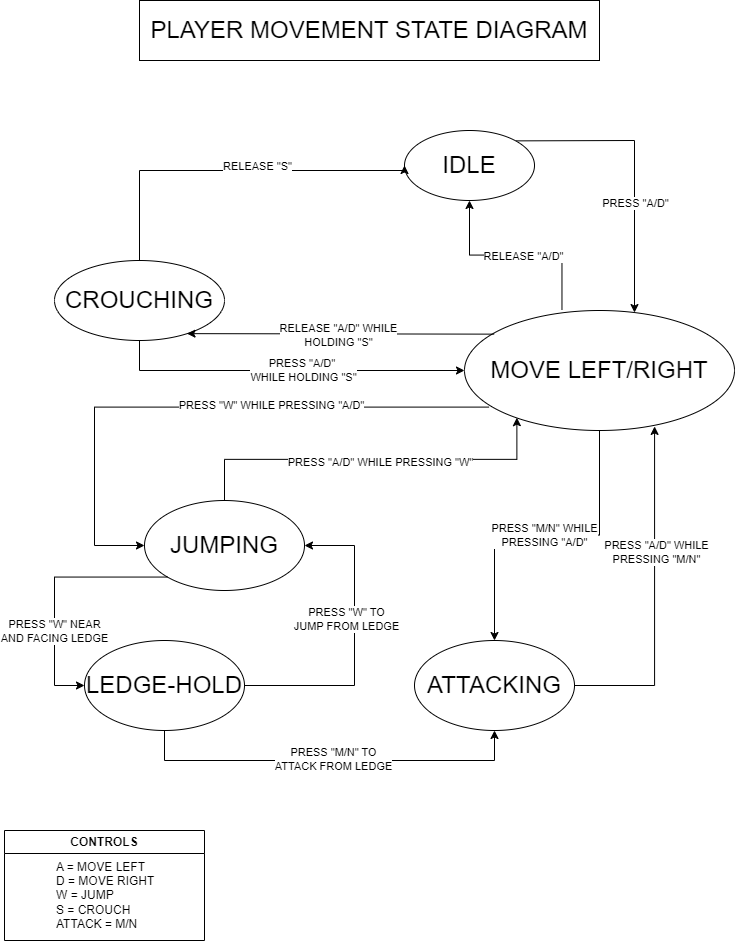
cpriddy21/NinjaGaiden keeps this draw.io diagram as StateDiagram.drawio.png. Above is the earlier version. Source tidied: cells renumbered, new cells last; positions are measured from the earlier drawing's top-left corner, leaving out a move shared by most shapes.
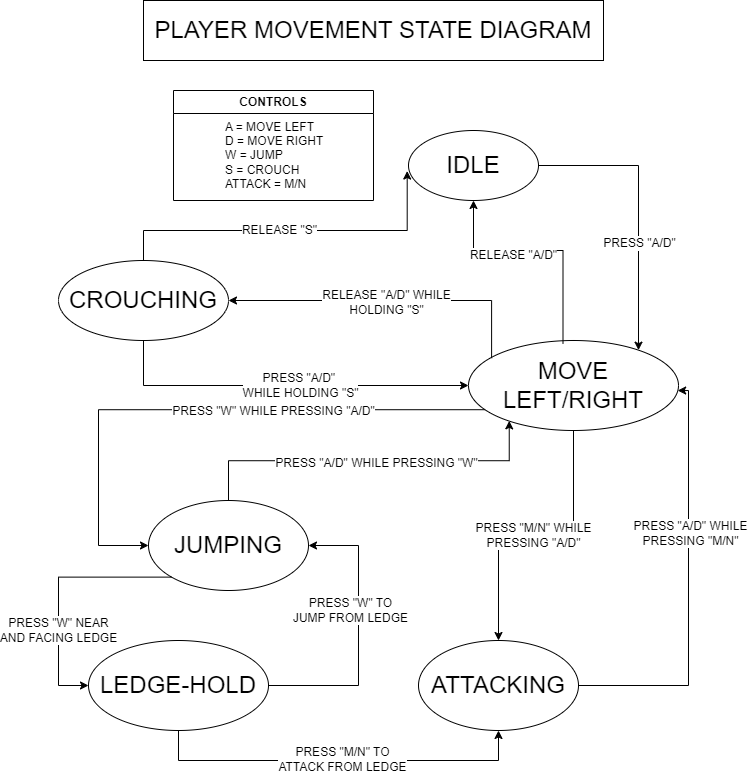
After the commit.

Diff of the diagram source:
```diff
@@ -2,27 +2,29 @@
   <root>
     <mxCell id="0" />
     <mxCell id="1" parent="0" />
-    <mxCell id="2" style="rounded=0;jettySize=auto;html=1;exitX=0.091;exitY=0.805;exitDx=0;exitDy=0;entryX=0;entryY=0.5;entryDx=0;entryDy=0;edgeStyle=elbowEdgeStyle;elbow=vertical;exitPerimeter=0;" parent="1" edge="1" source="4" target="14">
+    <mxCell id="2" style="rounded=0;jettySize=auto;html=1;exitX=0.101;exitY=0.769;exitDx=0;exitDy=0;entryX=0;entryY=0.5;entryDx=0;entryDy=0;edgeStyle=elbowEdgeStyle;elbow=vertical;exitPerimeter=0;" parent="1" edge="1" source="4" target="14">
       <mxGeometry relative="1" as="geometry">
         <Array as="points">
           <mxPoint x="90" y="470" />
         </Array>
       </mxGeometry>
     </mxCell>
-    <mxCell id="3" value="PRESS &quot;W&quot; WHILE PRESSING &quot;A/D&quot;" style="edgeLabel;html=1;align=center;verticalAlign=middle;" parent="2" vertex="1">
-      <mxGeometry x="-0.25" y="-2" relative="1" as="geometry" />
+    <mxCell id="3" value="&lt;font style=&quot;font-size: 12px;&quot;&gt;PRESS &quot;W&quot; WHILE PRESSING &quot;A/D&quot;&lt;/font&gt;" style="edgeLabel;html=1;align=center;verticalAlign=middle;" parent="2" vertex="1">
+      <mxGeometry x="-0.25" y="-2" relative="1" as="geometry">
+        <mxPoint y="3" as="offset" />
+      </mxGeometry>
     </mxCell>
     <mxCell id="4" value="&lt;span style=&quot;font-size: 24px;&quot;&gt;MOVE LEFT/RIGHT&lt;br&gt;&lt;/span&gt;" style="ellipse;whiteSpace=wrap;html=1;points=[[0,0,0,0,0],[0,0.5,0,0,0],[0,1,0,0,0],[0.5,0,0,0,0],[0.5,1,0,0,0],[1,0,0,0,0],[1,0.5,0,0,0],[1,1,0,0,0]];" parent="1" vertex="1">
-      <mxGeometry x="460" y="310" width="270" height="120" as="geometry" />
+      <mxGeometry x="460" y="340" width="210" height="90" as="geometry" />
     </mxCell>
-    <mxCell id="5" style="rounded=0;jettySize=auto;html=1;exitX=1;exitY=0;exitDx=0;exitDy=0;edgeStyle=elbowEdgeStyle;elbow=vertical;" parent="1" edge="1" source="7" target="4">
+    <mxCell id="5" style="rounded=0;jettySize=auto;html=1;exitX=1;exitY=0.5;exitDx=0;exitDy=0;edgeStyle=elbowEdgeStyle;elbow=vertical;" parent="1" edge="1" source="7" target="4">
       <mxGeometry relative="1" as="geometry">
         <Array as="points">
-          <mxPoint x="630" y="140" />
+          <mxPoint x="630" y="165" />
         </Array>
       </mxGeometry>
     </mxCell>
-    <mxCell id="6" value="PRESS &quot;A/D&quot;" style="edgeLabel;html=1;align=center;verticalAlign=middle;" parent="5" vertex="1">
+    <mxCell id="6" value="&lt;font style=&quot;font-size: 12px;&quot;&gt;PRESS &quot;A/D&quot;&lt;/font&gt;" style="edgeLabel;html=1;align=center;verticalAlign=middle;" parent="5" vertex="1">
       <mxGeometry x="0.25" y="9" relative="1" as="geometry">
         <mxPoint x="-9" as="offset" />
       </mxGeometry>
@@ -33,15 +35,17 @@
     <mxCell id="8" value="&lt;span style=&quot;font-size: 24px;&quot;&gt;ATTACKING&lt;/span&gt;" style="ellipse;whiteSpace=wrap;html=1;" parent="1" vertex="1">
       <mxGeometry x="410" y="640" width="160" height="90" as="geometry" />
     </mxCell>
-    <mxCell id="9" style="edgeStyle=elbowEdgeStyle;rounded=0;jettySize=auto;html=1;exitX=0.5;exitY=0;exitDx=0;exitDy=0;entryX=0;entryY=0.5;entryDx=0;entryDy=0;elbow=vertical;" parent="1" edge="1" source="11" target="7">
+    <mxCell id="9" style="edgeStyle=elbowEdgeStyle;rounded=0;jettySize=auto;html=1;exitX=0.5;exitY=0;exitDx=0;exitDy=0;entryX=-0.01;entryY=0.579;entryDx=0;entryDy=0;elbow=vertical;entryPerimeter=0;" parent="1" edge="1" source="11" target="7">
       <mxGeometry relative="1" as="geometry">
         <Array as="points">
-          <mxPoint x="240" y="170" />
+          <mxPoint x="260" y="230" />
         </Array>
       </mxGeometry>
     </mxCell>
-    <mxCell id="10" value="RELEASE &quot;S&quot;" style="edgeLabel;html=1;align=center;verticalAlign=middle;" parent="9" vertex="1">
-      <mxGeometry x="0.15" y="5" relative="1" as="geometry" />
+    <mxCell id="10" value="&lt;font style=&quot;font-size: 12px;&quot;&gt;RELEASE &quot;S&quot;&lt;/font&gt;" style="edgeLabel;html=1;align=center;verticalAlign=middle;" parent="9" vertex="1">
+      <mxGeometry x="0.15" y="5" relative="1" as="geometry">
+        <mxPoint x="-38" y="4" as="offset" />
+      </mxGeometry>
     </mxCell>
     <mxCell id="11" value="&lt;span style=&quot;font-size: 24px;&quot;&gt;CROUCHING&lt;/span&gt;" style="ellipse;whiteSpace=wrap;html=1;" parent="1" vertex="1">
       <mxGeometry x="50" y="260" width="170" height="80" as="geometry" />
@@ -49,7 +53,7 @@
     <mxCell id="12" style="rounded=0;jettySize=auto;html=1;exitX=0.5;exitY=0;exitDx=0;exitDy=0;edgeStyle=elbowEdgeStyle;elbow=vertical;entryX=0.194;entryY=0.893;entryDx=0;entryDy=0;entryPerimeter=0;" parent="1" edge="1" source="14" target="4">
       <mxGeometry relative="1" as="geometry" />
     </mxCell>
-    <mxCell id="13" value="PRESS &quot;A/D&quot; WHILE PRESSING &quot;W&quot;" style="edgeLabel;html=1;align=center;verticalAlign=middle;" parent="12" vertex="1">
+    <mxCell id="13" value="&lt;font style=&quot;font-size: 12px;&quot;&gt;PRESS &quot;A/D&quot; WHILE PRESSING &quot;W&quot;&lt;/font&gt;" style="edgeLabel;html=1;align=center;verticalAlign=middle;" parent="12" vertex="1">
       <mxGeometry x="0.17" y="-1" relative="1" as="geometry">
         <mxPoint x="-24" y="1" as="offset" />
       </mxGeometry>
@@ -57,50 +61,57 @@
     <mxCell id="14" value="&lt;span style=&quot;font-size: 24px;&quot;&gt;JUMPING&lt;/span&gt;" style="ellipse;whiteSpace=wrap;html=1;" parent="1" vertex="1">
       <mxGeometry x="140" y="500" width="160" height="90" as="geometry" />
     </mxCell>
-    <mxCell id="15" style="rounded=0;jettySize=auto;html=1;exitX=1;exitY=0.5;exitDx=0;exitDy=0;entryX=0.704;entryY=0.966;entryDx=0;entryDy=0;entryPerimeter=0;edgeStyle=elbowEdgeStyle;elbow=vertical;" parent="1" edge="1" source="8" target="4">
+    <mxCell id="15" style="rounded=0;jettySize=auto;html=1;exitX=1;exitY=0.5;exitDx=0;exitDy=0;entryX=0.996;entryY=0.556;entryDx=0;entryDy=0;entryPerimeter=0;edgeStyle=elbowEdgeStyle;elbow=vertical;" parent="1" edge="1" source="8" target="4">
       <mxGeometry relative="1" as="geometry">
         <Array as="points">
-          <mxPoint x="720" y="685" />
+          <mxPoint x="680" y="560" />
         </Array>
       </mxGeometry>
     </mxCell>
-    <mxCell id="16" value="PRESS &quot;A/D&quot; WHILE&lt;br&gt;PRESSING &quot;M/N&quot;" style="edgeLabel;html=1;align=center;verticalAlign=middle;" parent="15" vertex="1">
+    <mxCell id="16" value="&lt;font style=&quot;font-size: 12px;&quot;&gt;PRESS &quot;A/D&quot; WHILE&lt;br&gt;PRESSING &quot;M/N&quot;&lt;/font&gt;" style="edgeLabel;html=1;align=center;verticalAlign=middle;" parent="15" vertex="1">
       <mxGeometry x="0.26" y="-1" relative="1" as="geometry" />
     </mxCell>
-    <mxCell id="17" style="rounded=0;jettySize=auto;html=1;exitX=0.5;exitY=1;exitDx=0;exitDy=0;edgeStyle=elbowEdgeStyle;elbow=vertical;" parent="1" edge="1" source="11">
+    <mxCell id="17" style="rounded=0;jettySize=auto;html=1;exitX=0.5;exitY=1;exitDx=0;exitDy=0;edgeStyle=elbowEdgeStyle;elbow=vertical;entryX=0;entryY=0.5;entryDx=0;entryDy=0;entryPerimeter=0;" parent="1" edge="1" source="11" target="4">
       <mxGeometry relative="1" as="geometry">
-        <mxPoint x="460" y="370" as="targetPoint" />
         <Array as="points">
-          <mxPoint x="260" y="370" />
+          <mxPoint x="300" y="385" />
         </Array>
       </mxGeometry>
     </mxCell>
-    <mxCell id="18" value="PRESS &quot;A/D&quot;&amp;nbsp;&lt;br&gt;WHILE HOLDING &quot;S&quot;" style="edgeLabel;html=1;align=center;verticalAlign=middle;" parent="17" vertex="1">
+    <mxCell id="18" value="&lt;font style=&quot;font-size: 12px;&quot;&gt;PRESS &quot;A/D&quot;&amp;nbsp;&lt;br&gt;WHILE HOLDING &quot;S&quot;&lt;/font&gt;" style="edgeLabel;html=1;align=center;verticalAlign=middle;" parent="17" vertex="1">
       <mxGeometry x="0.09" y="1" relative="1" as="geometry" />
     </mxCell>
     <mxCell id="19" style="rounded=0;jettySize=auto;html=1;exitX=0.5;exitY=1;exitDx=0;exitDy=0;entryX=0.5;entryY=0;entryDx=0;entryDy=0;edgeStyle=elbowEdgeStyle;exitPerimeter=0;elbow=vertical;" parent="1" edge="1" source="4" target="8">
       <mxGeometry relative="1" as="geometry" />
     </mxCell>
-    <mxCell id="20" value="PRESS&amp;nbsp;&quot;M/N&quot; WHILE&lt;br&gt;PRESSING &quot;A/D&quot;" style="edgeLabel;html=1;align=center;verticalAlign=middle;" parent="19" vertex="1">
+    <mxCell id="20" value="&lt;font style=&quot;font-size: 12px;&quot;&gt;PRESS&amp;nbsp;&quot;M/N&quot; WHILE&lt;br&gt;PRESSING &quot;A/D&quot;&lt;/font&gt;" style="edgeLabel;html=1;align=center;verticalAlign=middle;" parent="19" vertex="1">
       <mxGeometry x="0.05" y="10" relative="1" as="geometry">
         <mxPoint x="4" y="-10" as="offset" />
       </mxGeometry>
     </mxCell>
-    <mxCell id="21" style="rounded=0;jettySize=auto;html=1;exitX=0.361;exitY=-0.007;exitDx=0;exitDy=0;entryX=0.5;entryY=1;entryDx=0;entryDy=0;exitPerimeter=0;edgeStyle=elbowEdgeStyle;elbow=vertical;" parent="1" edge="1" source="4" target="7">
-      <mxGeometry relative="1" as="geometry" />
+    <mxCell id="21" style="rounded=0;jettySize=auto;html=1;exitX=0.45;exitY=0.033;exitDx=0;exitDy=0;entryX=0.5;entryY=1;entryDx=0;entryDy=0;exitPerimeter=0;edgeStyle=elbowEdgeStyle;elbow=vertical;" parent="1" edge="1" source="4" target="7">
+      <mxGeometry relative="1" as="geometry">
+        <Array as="points">
+          <mxPoint x="510" y="250" />
+        </Array>
+      </mxGeometry>
     </mxCell>
-    <mxCell id="22" value="RELEASE &quot;A/D&quot;" style="edgeLabel;html=1;align=center;verticalAlign=middle;" parent="21" vertex="1">
+    <mxCell id="22" value="&lt;font style=&quot;font-size: 12px;&quot;&gt;RELEASE &quot;A/D&quot;&lt;/font&gt;" style="edgeLabel;html=1;align=center;verticalAlign=middle;" parent="21" vertex="1">
       <mxGeometry x="-0.35" y="26" relative="1" as="geometry">
-        <mxPoint x="-28" y="-25" as="offset" />
+        <mxPoint x="-24" y="-13" as="offset" />
       </mxGeometry>
     </mxCell>
     <mxCell id="23" style="rounded=0;jettySize=auto;html=1;exitX=0.11;exitY=0.197;exitDx=0;exitDy=0;exitPerimeter=0;edgeStyle=elbowEdgeStyle;elbow=vertical;" parent="1" edge="1" source="4" target="11">
-      <mxGeometry relative="1" as="geometry" />
+      <mxGeometry relative="1" as="geometry">
+        <Array as="points">
+          <mxPoint x="360" y="300" />
+        </Array>
+      </mxGeometry>
     </mxCell>
-    <mxCell id="24" value="RELEASE &quot;A/D&quot; WHILE&lt;br&gt;HOLDING &quot;S&quot;" style="edgeLabel;html=1;align=center;verticalAlign=middle;" parent="23" vertex="1">
+    <mxCell id="24" value="&lt;font style=&quot;font-size: 12px;&quot;&gt;RELEASE &quot;A/D&quot; WHILE&lt;br&gt;HOLDING &quot;S&quot;&lt;/font&gt;" style="edgeLabel;html=1;align=center;verticalAlign=middle;" parent="23" vertex="1">
       <mxGeometry x="0.02" y="1" relative="1" as="geometry" />
     </mxCell>
-    <mxCell id="25" value="PRESS &quot;W&quot; NEAR &lt;br&gt;AND FACING LEDGE" style="edgeStyle=elbowEdgeStyle;rounded=0;jettySize=auto;html=1;exitX=0;exitY=1;exitDx=0;exitDy=0;entryX=0;entryY=0.5;entryDx=0;entryDy=0;elbow=vertical;" parent="1" edge="1" source="14" target="30">
+    <mxCell id="25" value="&lt;font style=&quot;font-size: 12px;&quot;&gt;PRESS &quot;W&quot; NEAR &lt;br&gt;AND FACING LEDGE&lt;/font&gt;" style="edgeStyle=elbowEdgeStyle;rounded=0;jettySize=auto;html=1;exitX=0;exitY=1;exitDx=0;exitDy=0;entryX=0;entryY=0.5;entryDx=0;entryDy=0;elbow=vertical;" parent="1" edge="1" source="14" target="30">
       <mxGeometry x="0.32" relative="1" as="geometry">
         <Array as="points">
           <mxPoint x="50" y="600" />
@@ -114,7 +125,7 @@
         </Array>
       </mxGeometry>
     </mxCell>
-    <mxCell id="27" value="PRESS &quot;M/N&quot; TO&lt;br&gt;ATTACK FROM LEDGE" style="edgeLabel;html=1;align=center;verticalAlign=middle;" parent="26" vertex="1">
+    <mxCell id="27" value="&lt;font style=&quot;font-size: 12px;&quot;&gt;PRESS &quot;M/N&quot; TO&lt;br&gt;ATTACK FROM LEDGE&lt;/font&gt;" style="edgeLabel;html=1;align=center;verticalAlign=middle;" parent="26" vertex="1">
       <mxGeometry x="0.02" y="2" relative="1" as="geometry" />
     </mxCell>
     <mxCell id="28" style="edgeStyle=elbowEdgeStyle;rounded=0;jettySize=auto;html=1;exitX=1;exitY=0.5;exitDx=0;exitDy=0;entryX=1;entryY=0.5;entryDx=0;entryDy=0;elbow=vertical;" parent="1" edge="1" source="30" target="14">
@@ -124,14 +135,14 @@
         </Array>
       </mxGeometry>
     </mxCell>
-    <mxCell id="29" value="PRESS &quot;W&quot; TO&lt;br&gt;JUMP FROM LEDGE" style="edgeLabel;html=1;align=center;verticalAlign=middle;" parent="28" vertex="1">
+    <mxCell id="29" value="&lt;font style=&quot;font-size: 12px;&quot;&gt;PRESS &quot;W&quot; TO&lt;br&gt;JUMP FROM LEDGE&lt;/font&gt;" style="edgeLabel;html=1;align=center;verticalAlign=middle;" parent="28" vertex="1">
       <mxGeometry x="0.18" y="9" relative="1" as="geometry" />
     </mxCell>
     <mxCell id="30" value="&lt;span style=&quot;font-size: 24px;&quot;&gt;LEDGE-HOLD&lt;/span&gt;" style="ellipse;whiteSpace=wrap;html=1;" parent="1" vertex="1">
-      <mxGeometry x="80" y="640" width="160" height="90" as="geometry" />
+      <mxGeometry x="80" y="640" width="180" height="90" as="geometry" />
     </mxCell>
     <mxCell id="31" value="CONTROLS" style="swimlane;whiteSpace=wrap;html=1;" parent="1" vertex="1">
-      <mxGeometry y="830" width="200" height="110" as="geometry" />
+      <mxGeometry x="165" y="90" width="200" height="110" as="geometry" />
     </mxCell>
     <mxCell id="32" value="A = MOVE LEFT&lt;br&gt;D = MOVE RIGHT&lt;br&gt;W = JUMP&lt;br&gt;S = CROUCH&lt;br&gt;ATTACK = M/N" style="text;html=1;align=left;verticalAlign=middle;strokeColor=none;fillColor=none;" parent="31" vertex="1">
       <mxGeometry x="50" y="20" width="120" height="90" as="geometry" />
```
